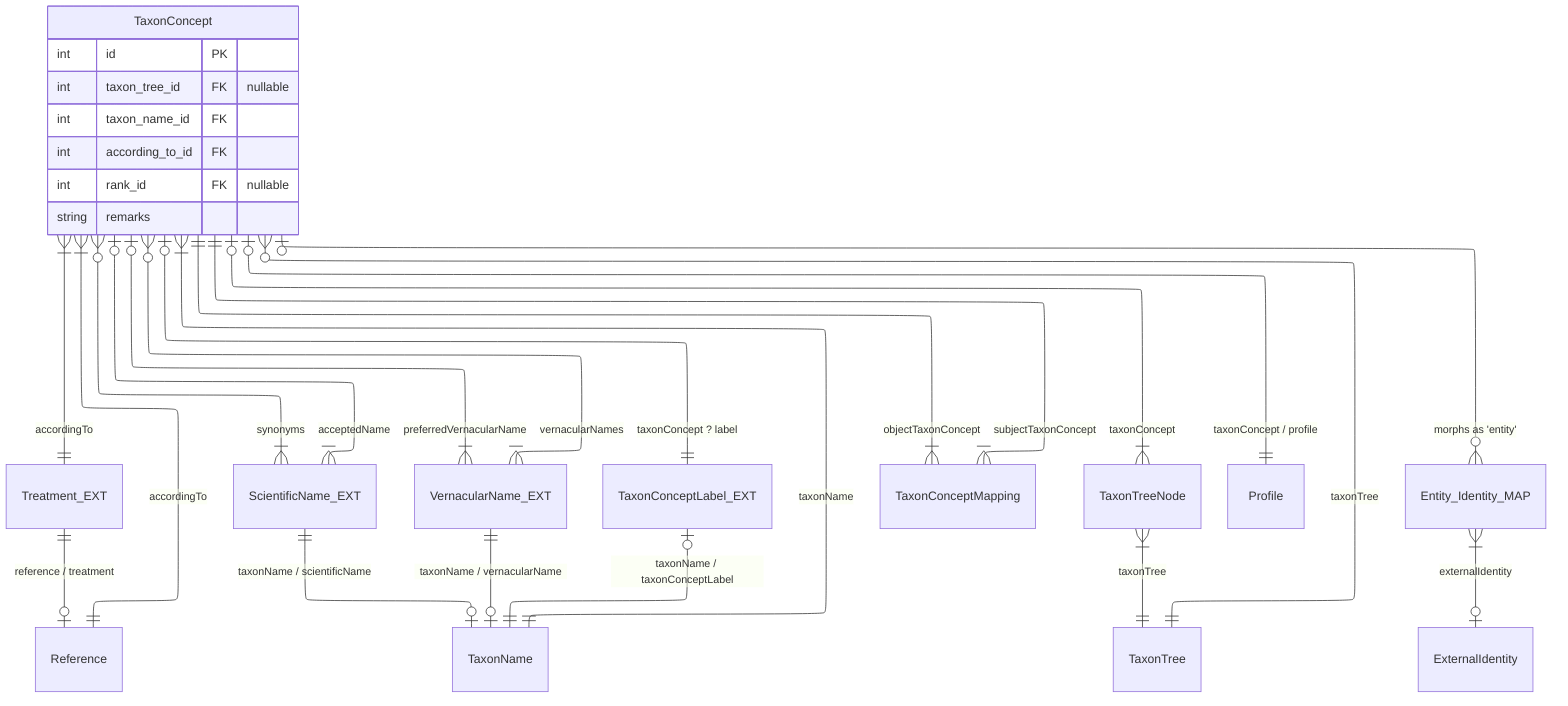
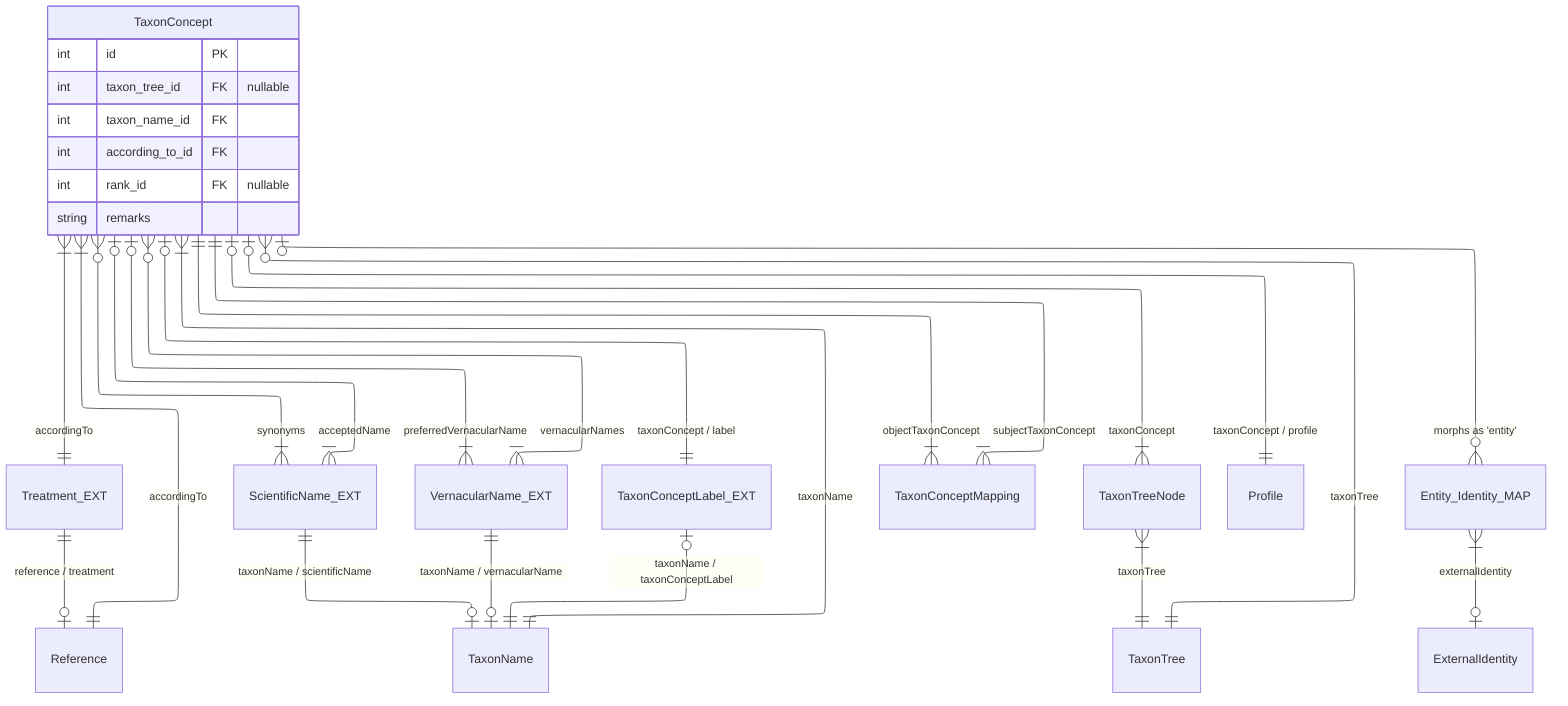
---
config:
    layout: elk
---
erDiagram
  TaxonConcept }|--|| Reference : "accordingTo"
  TaxonConcept }|--|| Treatment_EXT : "accordingTo"
  Treatment_EXT ||--o| Reference : "reference / treatment"

  TaxonConcept }|--|| TaxonName : "taxonName"
  TaxonConcept |o--|{ ScientificName_EXT : "acceptedName"
  TaxonConcept }o--|{ ScientificName_EXT : "synonyms"
  ScientificName_EXT ||--o| TaxonName : "taxonName / scientificName"
  TaxonConcept }o--|{ VernacularName_EXT : "vernacularNames"
  TaxonConcept |o--|{ VernacularName_EXT : "preferredVernacularName"
  VernacularName_EXT ||--o| TaxonName : "taxonName / vernacularName"
-   TaxonConcept |o--|| TaxonConceptLabel_EXT : "taxonConcept ? label"
+   TaxonConcept |o--|| TaxonConceptLabel_EXT : "taxonConcept / label"
  TaxonConceptLabel_EXT |o--|| TaxonName : "taxonName / taxonConceptLabel"

  TaxonConcept ||--|{ TaxonConceptMapping : "subjectTaxonConcept"
  TaxonConcept ||--|{ TaxonConceptMapping : "objectTaxonConcept"

  TaxonConcept }o--|| TaxonTree : "taxonTree"
  TaxonConcept |o--|{ TaxonTreeNode : "taxonConcept"
  TaxonTreeNode }|--|| TaxonTree : "taxonTree"

  TaxonConcept |o--|| Profile : "taxonConcept / profile"

  TaxonConcept |o--o{ Entity_Identity_MAP : "morphs as 'entity'"
  Entity_Identity_MAP }|--o| ExternalIdentity : "externalIdentity"

  TaxonConcept {
    int id PK
    int taxon_tree_id FK "nullable"
    int taxon_name_id FK
    int according_to_id FK
    int rank_id FK "nullable"
    string remarks
  }